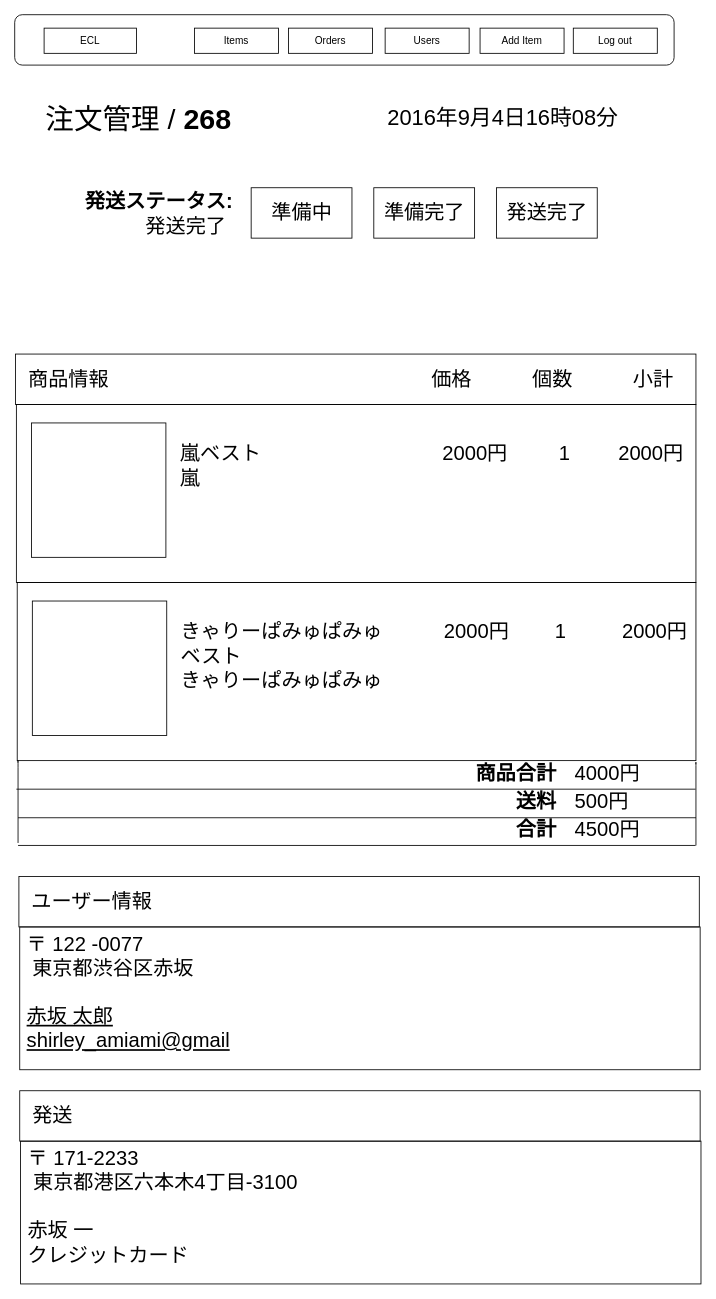
The draw.io diagram ワイヤーフレーム/admin/admin_order_detail.drawio in ecl11/ECL, before the edit. Source tidied: cells renumbered, new cells numbered last; positions are measured from the earlier drawing's top-left corner, leaving out a move shared by most shapes. Both pictures are drawn from the tidied source at 84%, with x=0, y=0 at pixel (14, 14).
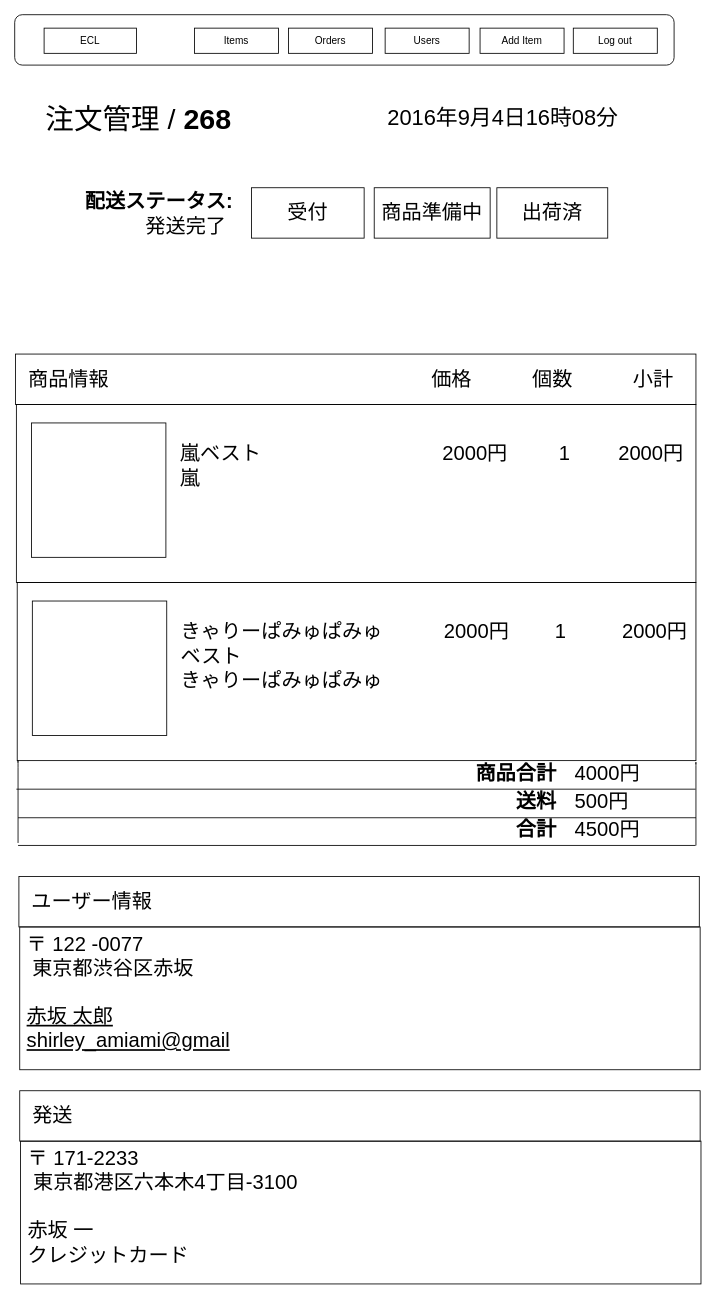
After the change.

Commit message:
ステータスの名前訂正

Diff of the diagram source:
```diff
@@
-    <mxCell id="13" value="&lt;b&gt;発送ステータス: &lt;br&gt;&lt;/b&gt;　　　発送完了" style="text;html=1;align=left;verticalAlign=top;spacingTop=-4;fontSize=24;" parent="1" vertex="1">
+    <mxCell id="13" value="&lt;b&gt;配送ステータス: &lt;br&gt;&lt;/b&gt;　　　発送完了" style="text;html=1;align=left;verticalAlign=top;spacingTop=-4;fontSize=24;" parent="1" vertex="1">
       <mxGeometry x="81.5" y="206" width="200" height="60" as="geometry" />
     </mxCell>
-    <mxCell id="14" value="準備中" style="rounded=0;whiteSpace=wrap;html=1;fontSize=24;" parent="1" vertex="1">
-      <mxGeometry x="281.5" y="206" width="120" height="60" as="geometry" />
+    <mxCell id="14" value="受付" style="rounded=0;whiteSpace=wrap;html=1;fontSize=24;" parent="1" vertex="1">
+      <mxGeometry x="282" y="206" width="134" height="60" as="geometry" />
     </mxCell>
-    <mxCell id="15" value="準備完了" style="rounded=0;whiteSpace=wrap;html=1;fontSize=24;" parent="1" vertex="1">
-      <mxGeometry x="427.5" y="206" width="120" height="60" as="geometry" />
+    <mxCell id="15" value="商品準備中" style="rounded=0;whiteSpace=wrap;html=1;fontSize=24;" parent="1" vertex="1">
+      <mxGeometry x="428" y="206" width="138" height="60" as="geometry" />
     </mxCell>
-    <mxCell id="16" value="発送完了" style="rounded=0;whiteSpace=wrap;html=1;fontSize=24;" parent="1" vertex="1">
-      <mxGeometry x="573.5" y="206" width="120" height="60" as="geometry" />
+    <mxCell id="16" value="出荷済" style="rounded=0;whiteSpace=wrap;html=1;fontSize=24;" parent="1" vertex="1">
+      <mxGeometry x="574" y="206" width="132" height="60" as="geometry" />
     </mxCell>
```
